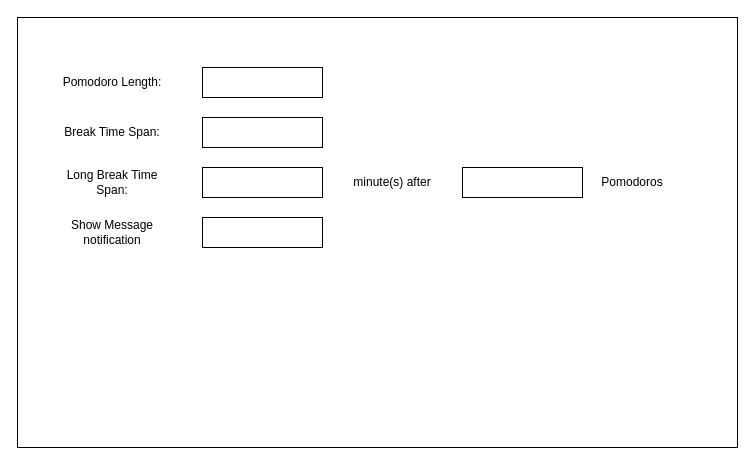
This is UI Draw/UI No.1.drawio from Fdslk/pomodoro-schedule, a draw.io file, before an edit. Source tidied: cells renumbered, new cells numbered last; positions are measured from the earlier drawing's top-left corner, leaving out a move shared by most shapes. Both pictures are drawn from the tidied source at 100%, with x=0, y=0 at pixel (17, 17).
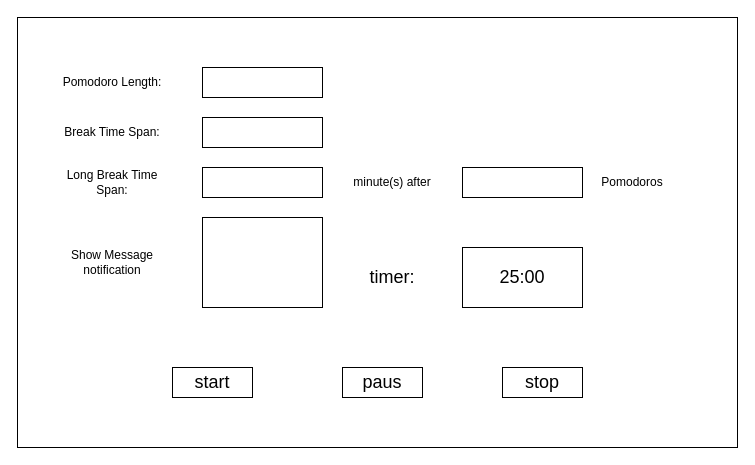
After the change.

What changed in the source:
```diff
@@
 <mxGraphModel>
   <root>
     <mxCell id="0" />
     <mxCell id="1" parent="0" />
     <mxCell id="2" style="rounded=0;whiteSpace=wrap;html=1;" parent="1" vertex="1">
       <mxGeometry width="720" height="430" as="geometry" />
     </mxCell>
     <mxCell id="3" style="rounded=0;whiteSpace=wrap;html=1;" parent="1" vertex="1">
       <mxGeometry x="185" y="50" width="120" height="30" as="geometry" />
     </mxCell>
     <mxCell id="4" style="rounded=0;whiteSpace=wrap;html=1;" parent="1" vertex="1">
-      <mxGeometry x="185" y="200" width="120" height="30" as="geometry" />
+      <mxGeometry x="185" y="200" width="120" height="90" as="geometry" />
     </mxCell>
     <mxCell id="5" style="rounded=0;whiteSpace=wrap;html=1;" parent="1" vertex="1">
       <mxGeometry x="185" y="150" width="120" height="30" as="geometry" />
     </mxCell>
     <mxCell id="6" style="rounded=0;whiteSpace=wrap;html=1;" parent="1" vertex="1">
       <mxGeometry x="185" y="100" width="120" height="30" as="geometry" />
     </mxCell>
     <mxCell id="7" style="rounded=0;whiteSpace=wrap;html=1;" parent="1" vertex="1">
       <mxGeometry x="445" y="150" width="120" height="30" as="geometry" />
     </mxCell>
     <mxCell id="8" value="Pomodoro Length:" style="text;html=1;strokeColor=none;fillColor=none;align=center;verticalAlign=middle;whiteSpace=wrap;rounded=0;" parent="1" vertex="1">
       <mxGeometry x="35" y="50" width="120" height="30" as="geometry" />
     </mxCell>
     <mxCell id="9" value="minute(s) after" style="text;html=1;strokeColor=none;fillColor=none;align=center;verticalAlign=middle;whiteSpace=wrap;rounded=0;" parent="1" vertex="1">
       <mxGeometry x="315" y="150" width="120" height="30" as="geometry" />
     </mxCell>
     <mxCell id="10" value="Break Time Span:" style="text;html=1;strokeColor=none;fillColor=none;align=center;verticalAlign=middle;whiteSpace=wrap;rounded=0;" parent="1" vertex="1">
       <mxGeometry x="35" y="100" width="120" height="30" as="geometry" />
     </mxCell>
     <mxCell id="11" value="Long Break Time Span:" style="text;html=1;strokeColor=none;fillColor=none;align=center;verticalAlign=middle;whiteSpace=wrap;rounded=0;" parent="1" vertex="1">
       <mxGeometry x="35" y="150" width="120" height="30" as="geometry" />
     </mxCell>
     <mxCell id="12" value="Show Message notification" style="text;html=1;strokeColor=none;fillColor=none;align=center;verticalAlign=middle;whiteSpace=wrap;rounded=0;" parent="1" vertex="1">
-      <mxGeometry x="35" y="200" width="120" height="30" as="geometry" />
+      <mxGeometry x="35" y="230" width="120" height="30" as="geometry" />
     </mxCell>
     <mxCell id="13" value="Pomodoros" style="text;html=1;strokeColor=none;fillColor=none;align=center;verticalAlign=middle;whiteSpace=wrap;rounded=0;" parent="1" vertex="1">
       <mxGeometry x="555" y="150" width="120" height="30" as="geometry" />
     </mxCell>
+    <mxCell id="14" value="&lt;font style=&quot;font-size: 18px&quot;&gt;start&lt;/font&gt;" style="rounded=0;whiteSpace=wrap;html=1;" parent="1" vertex="1">
+      <mxGeometry x="155" y="350" width="80" height="30" as="geometry" />
+    </mxCell>
+    <mxCell id="15" value="&lt;span style=&quot;font-size: 18px&quot;&gt;paus&lt;/span&gt;" style="rounded=0;whiteSpace=wrap;html=1;" parent="1" vertex="1">
+      <mxGeometry x="325" y="350" width="80" height="30" as="geometry" />
+    </mxCell>
+    <mxCell id="16" value="25:00" style="rounded=0;whiteSpace=wrap;html=1;fontSize=18;" parent="1" vertex="1">
+      <mxGeometry x="445" y="230" width="120" height="60" as="geometry" />
+    </mxCell>
+    <mxCell id="17" value="timer:" style="text;html=1;strokeColor=none;fillColor=none;align=center;verticalAlign=middle;whiteSpace=wrap;rounded=0;fontSize=18;" parent="1" vertex="1">
+      <mxGeometry x="345" y="245" width="60" height="30" as="geometry" />
+    </mxCell>
+    <mxCell id="18" value="&lt;span style=&quot;font-size: 18px&quot;&gt;stop&lt;br&gt;&lt;/span&gt;" style="rounded=0;whiteSpace=wrap;html=1;" parent="1" vertex="1">
+      <mxGeometry x="485" y="350" width="80" height="30" as="geometry" />
+    </mxCell>
   </root>
 </mxGraphModel>
```
